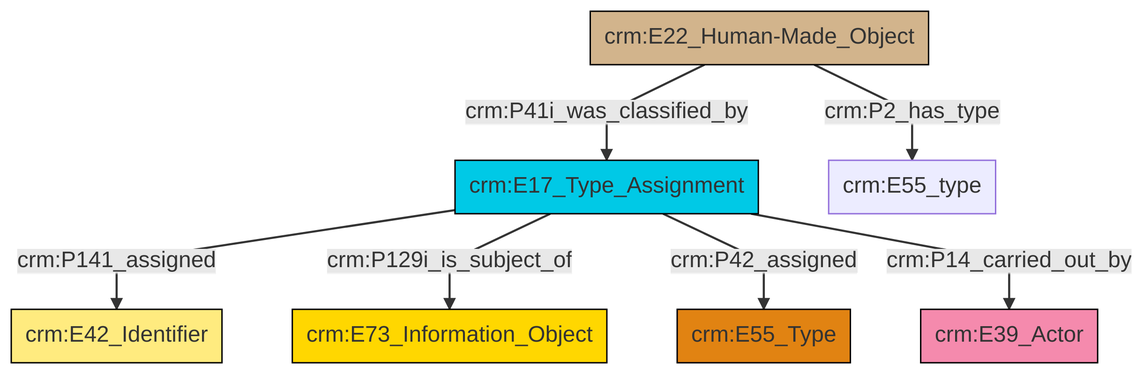
This is et/builtWorkCSV/ttl/mmd/png/Built_Work_designation_status.png from swiss-art-research-net/reference-data-models, a Mermaid export, as it was before one commit. Its source is kept beside it as et/builtWorkCSV/ttl/mmd/Built_Work_designation_status.ttl.mmd.
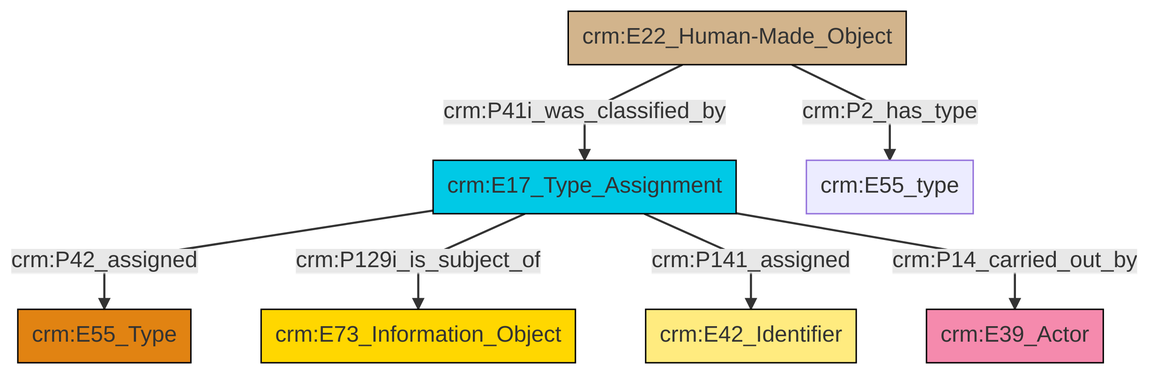
The same diagram one commit later.

Diff of the diagram source:
```diff
@@ -13,9 +13,9 @@
 classDef PC_Classes fill:#4ce600, stroke:#000000;
 classDef Multi fill:#cccccc,stroke:#000000;
 
-0["crm:E17_Type_Assignment"]:::Temporal_Entity -->|crm:P141_assigned| 1["crm:E42_Identifier"]:::Appellation
-2["crm:E22_Human-Made_Object"]:::Physical_Thing -->|crm:P2_has_type| 3["crm:E55_type"]:::Default
+0["crm:E17_Type_Assignment"]:::Temporal_Entity -->|crm:P42_assigned| 1["crm:E55_Type"]:::Type
 2["crm:E22_Human-Made_Object"]:::Physical_Thing -->|crm:P41i_was_classified_by| 0["crm:E17_Type_Assignment"]:::Temporal_Entity
-0["crm:E17_Type_Assignment"]:::Temporal_Entity -->|crm:P129i_is_subject_of| 8["crm:E73_Information_Object"]:::Conceptual_Object
-0["crm:E17_Type_Assignment"]:::Temporal_Entity -->|crm:P42_assigned| 5["crm:E55_Type"]:::Type
-0["crm:E17_Type_Assignment"]:::Temporal_Entity -->|crm:P14_carried_out_by| 11["crm:E39_Actor"]:::Actor
+0["crm:E17_Type_Assignment"]:::Temporal_Entity -->|crm:P129i_is_subject_of| 4["crm:E73_Information_Object"]:::Conceptual_Object
+0["crm:E17_Type_Assignment"]:::Temporal_Entity -->|crm:P141_assigned| 7["crm:E42_Identifier"]:::Appellation
+2["crm:E22_Human-Made_Object"]:::Physical_Thing -->|crm:P2_has_type| 9["crm:E55_type"]:::Default
+0["crm:E17_Type_Assignment"]:::Temporal_Entity -->|crm:P14_carried_out_by| 12["crm:E39_Actor"]:::Actor
```
